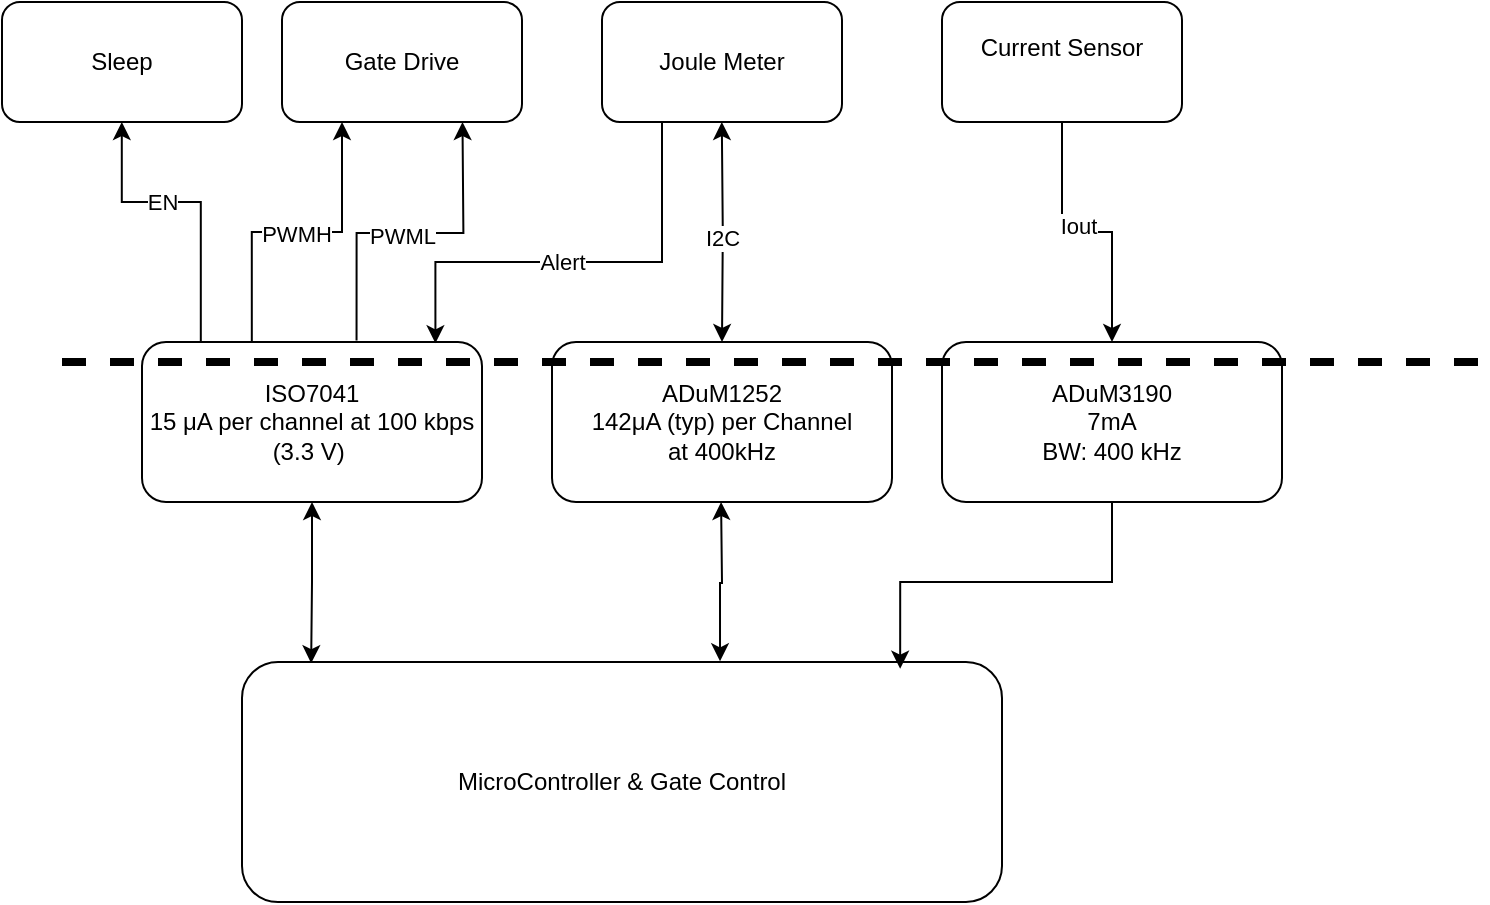
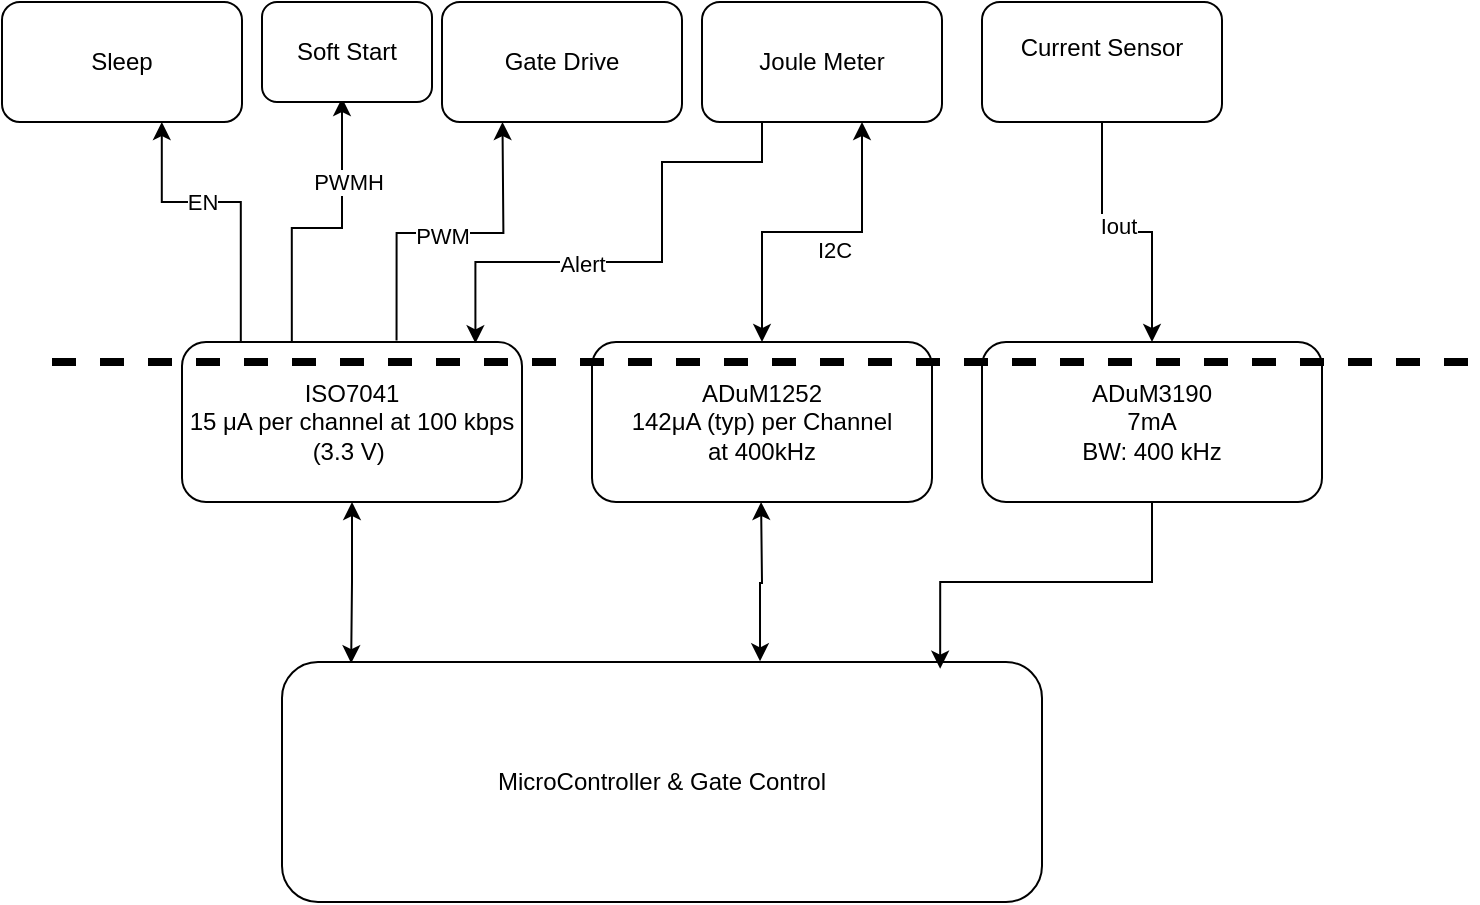
<mxfile host="Electron" agent="Mozilla/5.0 (Windows NT 10.0; Win64; x64) AppleWebKit/537.36 (KHTML, like Gecko) draw.io/29.0.3 Chrome/140.0.7339.249 Electron/38.7.0 Safari/537.36" version="29.0.3">
  <diagram name="Page-1" id="d5h94j7oxQUs26A81DKD">
-     <mxGraphModel dx="1426" dy="883" grid="1" gridSize="10" guides="1" tooltips="1" connect="1" arrows="1" fold="1" page="1" pageScale="1" pageWidth="827" pageHeight="1169" math="0" shadow="0">
+     <mxGraphModel dx="983" dy="609" grid="1" gridSize="10" guides="1" tooltips="1" connect="1" arrows="1" fold="1" page="1" pageScale="1" pageWidth="827" pageHeight="1169" math="0" shadow="0">
      <root>
        <mxCell id="0" />
        <mxCell id="1" parent="0" />
-         <mxCell id="Bap70pfjqkTkLz9fhn7Z-5" style="edgeStyle=orthogonalEdgeStyle;rounded=0;orthogonalLoop=1;jettySize=auto;html=1;exitX=0.25;exitY=1;exitDx=0;exitDy=0;startArrow=classic;startFill=1;endArrow=none;endFill=0;entryX=0.323;entryY=0.025;entryDx=0;entryDy=0;entryPerimeter=0;" parent="1" source="Bap70pfjqkTkLz9fhn7Z-1" target="Bap70pfjqkTkLz9fhn7Z-16" edge="1">
+         <mxCell id="Bap70pfjqkTkLz9fhn7Z-5" style="edgeStyle=orthogonalEdgeStyle;rounded=0;orthogonalLoop=1;jettySize=auto;html=1;startArrow=classic;startFill=1;endArrow=none;endFill=0;entryX=0.323;entryY=0.025;entryDx=0;entryDy=0;entryPerimeter=0;" parent="1" edge="1">
          <mxGeometry relative="1" as="geometry">
-             <mxPoint x="199.75862068965512" y="240" as="targetPoint" />
+             <mxPoint x="154.90999999999997" y="280" as="targetPoint" />
+             <mxPoint x="180" y="158" as="sourcePoint" />
+             <Array as="points">
+               <mxPoint x="180" y="223" />
+               <mxPoint x="155" y="223" />
+             </Array>
          </mxGeometry>
        </mxCell>
        <mxCell id="Bap70pfjqkTkLz9fhn7Z-7" value="PWMH" style="edgeLabel;html=1;align=center;verticalAlign=middle;resizable=0;points=[];" parent="Bap70pfjqkTkLz9fhn7Z-5" vertex="1" connectable="0">
          <mxGeometry x="0.1031" y="1" relative="1" as="geometry">
-             <mxPoint x="8" as="offset" />
+             <mxPoint x="19" y="-24" as="offset" />
          </mxGeometry>
        </mxCell>
        <mxCell id="Bap70pfjqkTkLz9fhn7Z-1" value="Gate Drive" style="rounded=1;whiteSpace=wrap;html=1;" parent="1" vertex="1">
-           <mxGeometry x="170" y="110" width="120" height="60" as="geometry" />
+           <mxGeometry x="230" y="110" width="120" height="60" as="geometry" />
        </mxCell>
        <mxCell id="Bap70pfjqkTkLz9fhn7Z-2" value="Joule Meter" style="rounded=1;whiteSpace=wrap;html=1;" parent="1" vertex="1">
-           <mxGeometry x="330" y="110" width="120" height="60" as="geometry" />
+           <mxGeometry x="360" y="110" width="120" height="60" as="geometry" />
        </mxCell>
        <mxCell id="Bap70pfjqkTkLz9fhn7Z-14" style="edgeStyle=orthogonalEdgeStyle;rounded=0;orthogonalLoop=1;jettySize=auto;html=1;entryX=0.5;entryY=0;entryDx=0;entryDy=0;" parent="1" source="Bap70pfjqkTkLz9fhn7Z-3" target="Bap70pfjqkTkLz9fhn7Z-26" edge="1">
          <mxGeometry relative="1" as="geometry">
            <mxPoint x="560" y="240" as="targetPoint" />
          </mxGeometry>
        </mxCell>
        <mxCell id="Bap70pfjqkTkLz9fhn7Z-15" value="Iout" style="edgeLabel;html=1;align=center;verticalAlign=middle;resizable=0;points=[];" parent="Bap70pfjqkTkLz9fhn7Z-14" vertex="1" connectable="0">
          <mxGeometry x="-0.0256" y="3" relative="1" as="geometry">
            <mxPoint x="-3" as="offset" />
          </mxGeometry>
        </mxCell>
        <mxCell id="Bap70pfjqkTkLz9fhn7Z-3" value="Current Sensor&lt;div&gt;&lt;br&gt;&lt;/div&gt;" style="rounded=1;whiteSpace=wrap;html=1;" parent="1" vertex="1">
          <mxGeometry x="500" y="110" width="120" height="60" as="geometry" />
        </mxCell>
        <mxCell id="Bap70pfjqkTkLz9fhn7Z-6" style="edgeStyle=orthogonalEdgeStyle;rounded=0;orthogonalLoop=1;jettySize=auto;html=1;exitX=0.25;exitY=1;exitDx=0;exitDy=0;startArrow=classic;startFill=1;endArrow=none;endFill=0;entryX=0.631;entryY=-0.009;entryDx=0;entryDy=0;entryPerimeter=0;" parent="1" target="Bap70pfjqkTkLz9fhn7Z-16" edge="1">
          <mxGeometry relative="1" as="geometry">
            <mxPoint x="260" y="240" as="targetPoint" />
            <mxPoint x="260.2413793103449" y="170" as="sourcePoint" />
          </mxGeometry>
        </mxCell>
-         <mxCell id="Bap70pfjqkTkLz9fhn7Z-8" value="PWML" style="edgeLabel;html=1;align=center;verticalAlign=middle;resizable=0;points=[];" parent="Bap70pfjqkTkLz9fhn7Z-6" vertex="1" connectable="0">
+         <mxCell id="Bap70pfjqkTkLz9fhn7Z-8" value="PWM" style="edgeLabel;html=1;align=center;verticalAlign=middle;resizable=0;points=[];" parent="Bap70pfjqkTkLz9fhn7Z-6" vertex="1" connectable="0">
          <mxGeometry x="-0.1386" y="-1" relative="1" as="geometry">
            <mxPoint x="-16" y="2" as="offset" />
          </mxGeometry>
        </mxCell>
-         <mxCell id="Bap70pfjqkTkLz9fhn7Z-9" style="edgeStyle=orthogonalEdgeStyle;rounded=0;orthogonalLoop=1;jettySize=auto;html=1;exitX=0.25;exitY=1;exitDx=0;exitDy=0;startArrow=classic;startFill=1;endArrow=classic;endFill=1;entryX=0.5;entryY=0;entryDx=0;entryDy=0;" parent="1" target="Bap70pfjqkTkLz9fhn7Z-19" edge="1">
+         <mxCell id="Bap70pfjqkTkLz9fhn7Z-9" style="edgeStyle=orthogonalEdgeStyle;rounded=0;orthogonalLoop=1;jettySize=auto;html=1;startArrow=classic;startFill=1;endArrow=classic;endFill=1;entryX=0.5;entryY=0;entryDx=0;entryDy=0;" parent="1" target="Bap70pfjqkTkLz9fhn7Z-19" edge="1">
          <mxGeometry relative="1" as="geometry">
            <mxPoint x="389.65999999999997" y="240" as="targetPoint" />
-             <mxPoint x="389.90137931034485" y="170" as="sourcePoint" />
+             <mxPoint x="440" y="170" as="sourcePoint" />
+             <Array as="points">
+               <mxPoint x="440" y="225" />
+               <mxPoint x="390" y="225" />
+             </Array>
          </mxGeometry>
        </mxCell>
        <mxCell id="Bap70pfjqkTkLz9fhn7Z-10" value="I2C" style="edgeLabel;html=1;align=center;verticalAlign=middle;resizable=0;points=[];" parent="Bap70pfjqkTkLz9fhn7Z-9" vertex="1" connectable="0">
          <mxGeometry x="-0.1386" y="-1" relative="1" as="geometry">
            <mxPoint y="10" as="offset" />
          </mxGeometry>
        </mxCell>
        <mxCell id="Bap70pfjqkTkLz9fhn7Z-11" value="Sleep" style="rounded=1;whiteSpace=wrap;html=1;" parent="1" vertex="1">
-           <mxGeometry x="30" y="110" width="120" height="60" as="geometry" />
+           <mxGeometry x="10" y="110" width="120" height="60" as="geometry" />
        </mxCell>
        <mxCell id="Bap70pfjqkTkLz9fhn7Z-12" style="edgeStyle=orthogonalEdgeStyle;rounded=0;orthogonalLoop=1;jettySize=auto;html=1;exitX=0.25;exitY=1;exitDx=0;exitDy=0;startArrow=classic;startFill=1;endArrow=none;endFill=0;entryX=0.173;entryY=0;entryDx=0;entryDy=0;entryPerimeter=0;" parent="1" target="Bap70pfjqkTkLz9fhn7Z-16" edge="1">
          <mxGeometry relative="1" as="geometry">
            <mxPoint x="89.66" y="240" as="targetPoint" />
            <mxPoint x="89.90137931034488" y="170" as="sourcePoint" />
            <Array as="points">
              <mxPoint x="90" y="210" />
              <mxPoint x="129" y="210" />
            </Array>
          </mxGeometry>
        </mxCell>
        <mxCell id="Bap70pfjqkTkLz9fhn7Z-13" value="&lt;span style=&quot;background-color: light-dark(#ffffff, var(--ge-dark-color, #121212)); color: light-dark(rgb(0, 0, 0), rgb(255, 255, 255));&quot;&gt;EN&lt;/span&gt;" style="edgeLabel;html=1;align=center;verticalAlign=middle;resizable=0;points=[];" parent="Bap70pfjqkTkLz9fhn7Z-12" vertex="1" connectable="0">
          <mxGeometry x="-0.1386" y="-1" relative="1" as="geometry">
            <mxPoint x="-5" y="-1" as="offset" />
          </mxGeometry>
        </mxCell>
        <mxCell id="Bap70pfjqkTkLz9fhn7Z-23" style="edgeStyle=orthogonalEdgeStyle;rounded=0;orthogonalLoop=1;jettySize=auto;html=1;exitX=0.5;exitY=1;exitDx=0;exitDy=0;startArrow=classic;startFill=1;entryX=0.091;entryY=0.005;entryDx=0;entryDy=0;entryPerimeter=0;" parent="1" source="Bap70pfjqkTkLz9fhn7Z-16" target="Bap70pfjqkTkLz9fhn7Z-24" edge="1">
          <mxGeometry relative="1" as="geometry">
            <mxPoint x="185" y="440" as="targetPoint" />
          </mxGeometry>
        </mxCell>
        <mxCell id="Bap70pfjqkTkLz9fhn7Z-16" value="ISO7041&lt;div&gt;15 μA per channel at 100 kbps (3.3 V)&amp;nbsp;&lt;/div&gt;" style="rounded=1;whiteSpace=wrap;html=1;" parent="1" vertex="1">
          <mxGeometry x="100" y="280" width="170" height="80" as="geometry" />
        </mxCell>
        <mxCell id="Bap70pfjqkTkLz9fhn7Z-17" style="edgeStyle=orthogonalEdgeStyle;rounded=0;orthogonalLoop=1;jettySize=auto;html=1;exitX=0.25;exitY=1;exitDx=0;exitDy=0;entryX=0.863;entryY=0.008;entryDx=0;entryDy=0;entryPerimeter=0;" parent="1" source="Bap70pfjqkTkLz9fhn7Z-2" target="Bap70pfjqkTkLz9fhn7Z-16" edge="1">
          <mxGeometry relative="1" as="geometry">
            <Array as="points">
-               <mxPoint x="360" y="240" />
+               <mxPoint x="390" y="190" />
+               <mxPoint x="340" y="190" />
+               <mxPoint x="340" y="240" />
              <mxPoint x="247" y="240" />
            </Array>
          </mxGeometry>
        </mxCell>
        <mxCell id="Bap70pfjqkTkLz9fhn7Z-18" value="Alert" style="edgeLabel;html=1;align=center;verticalAlign=middle;resizable=0;points=[];" parent="Bap70pfjqkTkLz9fhn7Z-17" vertex="1" connectable="0">
          <mxGeometry x="-0.0888" y="3" relative="1" as="geometry">
-             <mxPoint x="-18" y="-3" as="offset" />
+             <mxPoint x="-43" y="5" as="offset" />
          </mxGeometry>
        </mxCell>
        <mxCell id="Bap70pfjqkTkLz9fhn7Z-19" value="&lt;span style=&quot;color: rgba(0, 0, 0, 0); font-family: monospace; font-size: 0px; text-align: start; text-wrap-mode: nowrap;&quot;&gt;ADuM1252ss&lt;/span&gt;" style="rounded=1;whiteSpace=wrap;html=1;" parent="1" vertex="1">
          <mxGeometry x="305" y="280" width="170" height="80" as="geometry" />
        </mxCell>
        <mxCell id="Bap70pfjqkTkLz9fhn7Z-22" value="ADuM1252&lt;br&gt;142μA (typ) per Channel at 400kHz" style="text;html=1;whiteSpace=wrap;strokeColor=none;fillColor=none;align=center;verticalAlign=middle;rounded=0;" parent="1" vertex="1">
          <mxGeometry x="320" y="295" width="140" height="50" as="geometry" />
        </mxCell>
        <mxCell id="Bap70pfjqkTkLz9fhn7Z-24" value="MicroController &amp;amp; Gate Control" style="rounded=1;whiteSpace=wrap;html=1;" parent="1" vertex="1">
          <mxGeometry x="150" y="440" width="380" height="120" as="geometry" />
        </mxCell>
        <mxCell id="Bap70pfjqkTkLz9fhn7Z-25" style="edgeStyle=orthogonalEdgeStyle;rounded=0;orthogonalLoop=1;jettySize=auto;html=1;exitX=0.5;exitY=1;exitDx=0;exitDy=0;entryX=0.629;entryY=-0.003;entryDx=0;entryDy=0;entryPerimeter=0;startArrow=classic;startFill=1;" parent="1" target="Bap70pfjqkTkLz9fhn7Z-24" edge="1">
          <mxGeometry relative="1" as="geometry">
            <mxPoint x="389.54" y="360" as="sourcePoint" />
            <mxPoint x="390.46" y="440.6" as="targetPoint" />
          </mxGeometry>
        </mxCell>
        <mxCell id="Bap70pfjqkTkLz9fhn7Z-26" value="&lt;span style=&quot;color: rgba(0, 0, 0, 0); font-family: monospace; font-size: 0px; text-align: start; text-wrap-mode: nowrap;&quot;&gt;ADuM1252ss&lt;/span&gt;" style="rounded=1;whiteSpace=wrap;html=1;" parent="1" vertex="1">
          <mxGeometry x="500" y="280" width="170" height="80" as="geometry" />
        </mxCell>
        <mxCell id="Bap70pfjqkTkLz9fhn7Z-27" value="ADuM3190&lt;br&gt;7mA&lt;div&gt;BW: 400 kHz&lt;/div&gt;" style="text;html=1;whiteSpace=wrap;strokeColor=none;fillColor=none;align=center;verticalAlign=middle;rounded=0;" parent="1" vertex="1">
          <mxGeometry x="515" y="295" width="140" height="50" as="geometry" />
        </mxCell>
        <mxCell id="Bap70pfjqkTkLz9fhn7Z-30" style="edgeStyle=orthogonalEdgeStyle;rounded=0;orthogonalLoop=1;jettySize=auto;html=1;exitX=0.5;exitY=1;exitDx=0;exitDy=0;entryX=0.866;entryY=0.028;entryDx=0;entryDy=0;entryPerimeter=0;" parent="1" source="Bap70pfjqkTkLz9fhn7Z-26" target="Bap70pfjqkTkLz9fhn7Z-24" edge="1">
          <mxGeometry relative="1" as="geometry" />
        </mxCell>
        <mxCell id="Bap70pfjqkTkLz9fhn7Z-31" value="" style="endArrow=none;dashed=1;html=1;rounded=0;strokeWidth=4;" parent="1" edge="1">
          <mxGeometry width="50" height="50" relative="1" as="geometry">
-             <mxPoint x="60" y="290" as="sourcePoint" />
-             <mxPoint x="770" y="290" as="targetPoint" />
+             <mxPoint x="35" y="290" as="sourcePoint" />
+             <mxPoint x="745" y="290" as="targetPoint" />
          </mxGeometry>
+         </mxCell>
+         <mxCell id="twjZ6GX2Ig3jUD68tSdU-2" value="Soft Start" style="rounded=1;whiteSpace=wrap;html=1;" vertex="1" parent="1">
+           <mxGeometry x="140" y="110" width="85" height="50" as="geometry" />
        </mxCell>
      </root>
    </mxGraphModel>
  </diagram>
</mxfile>
